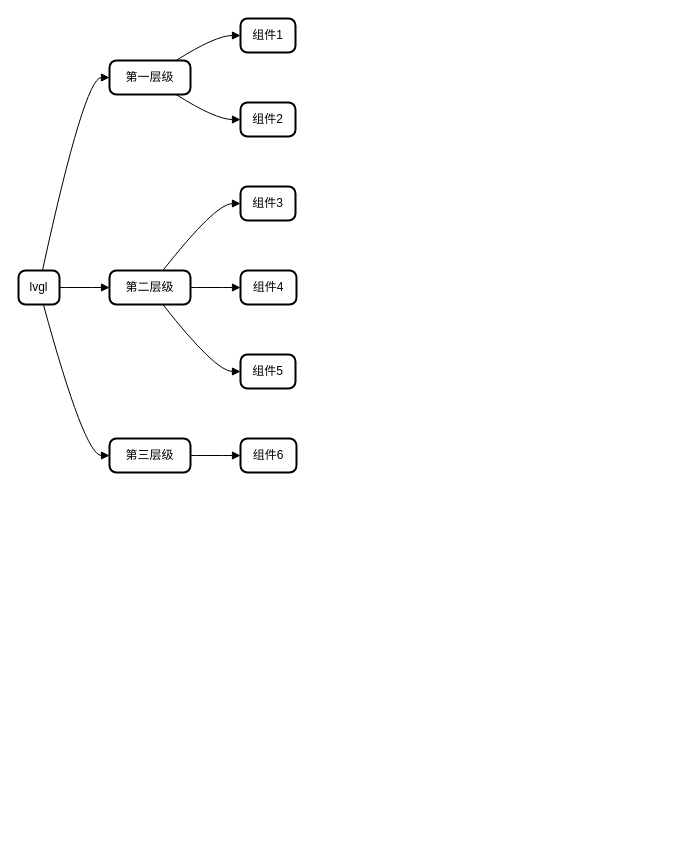
This is 智能电力网关/树形结构.drawio from chen-9824/FlowChart, a draw.io file, before an edit. Source tidied: cells renumbered, new cells numbered last; positions are measured from the earlier drawing's top-left corner, leaving out a move shared by most shapes. Both pictures are drawn from the tidied source at 100%, with x=0, y=0 at pixel (18, 18).
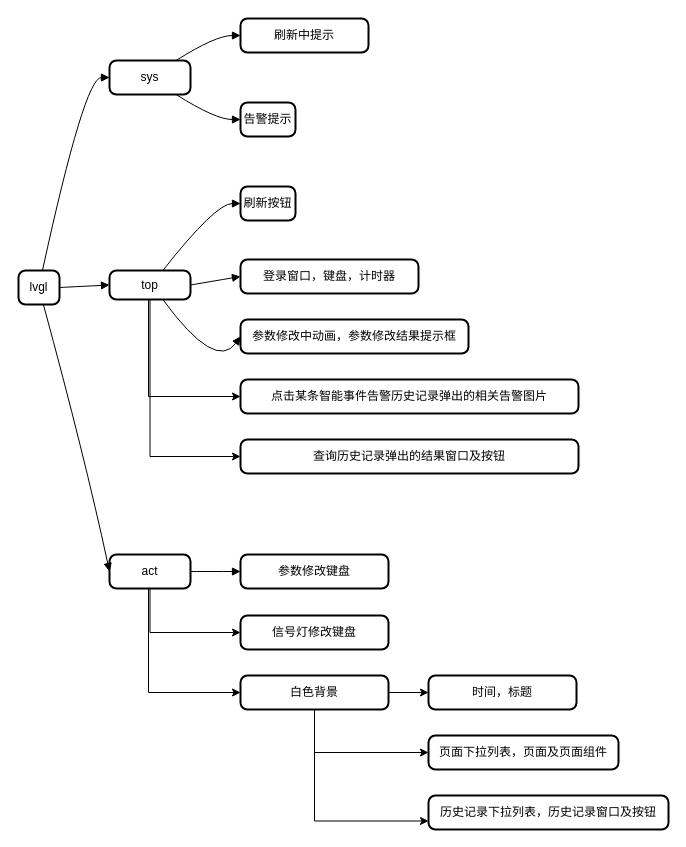
The same page after the edit.

Commit message:
更新树形结构.drawio

The edit, as a diff of the source:
```diff
@@
-    <mxCell id="3" value="第一层级" style="rounded=1;absoluteArcSize=1;arcSize=14;whiteSpace=wrap;strokeWidth=2;" parent="1" vertex="1">
+    <mxCell id="3" value="sys" style="rounded=1;absoluteArcSize=1;arcSize=14;whiteSpace=wrap;strokeWidth=2;" parent="1" vertex="1">
       <mxGeometry x="91" y="42" width="81" height="34" as="geometry" />
     </mxCell>
+    <mxCell id="21" style="edgeStyle=orthogonalEdgeStyle;rounded=0;jettySize=auto;html=1;entryX=0;entryY=0.5;entryDx=0;entryDy=0;" parent="1" edge="1" source="4" target="33">
+      <mxGeometry relative="1" as="geometry">
+        <Array as="points">
+          <mxPoint x="130" y="378" />
+        </Array>
+      </mxGeometry>
+    </mxCell>
+    <mxCell id="22" style="edgeStyle=orthogonalEdgeStyle;rounded=0;jettySize=auto;html=1;entryX=0;entryY=0.5;entryDx=0;entryDy=0;" parent="1" edge="1" source="4" target="34">
+      <mxGeometry relative="1" as="geometry">
+        <Array as="points">
+          <mxPoint x="132" y="438" />
+        </Array>
+      </mxGeometry>
+    </mxCell>
-    <mxCell id="4" value="第二层级" style="rounded=1;absoluteArcSize=1;arcSize=14;whiteSpace=wrap;strokeWidth=2;" parent="1" vertex="1">
-      <mxGeometry x="91" y="252" width="81" height="34" as="geometry" />
+    <mxCell id="4" value="top" style="rounded=1;absoluteArcSize=1;arcSize=14;whiteSpace=wrap;strokeWidth=2;" parent="1" vertex="1">
+      <mxGeometry x="91" y="252" width="81" height="29" as="geometry" />
     </mxCell>
+    <mxCell id="23" style="edgeStyle=orthogonalEdgeStyle;rounded=0;jettySize=auto;html=1;entryX=0;entryY=0.5;entryDx=0;entryDy=0;" parent="1" edge="1" source="5" target="25">
+      <mxGeometry relative="1" as="geometry">
+        <Array as="points">
+          <mxPoint x="132" y="614" />
+        </Array>
+      </mxGeometry>
+    </mxCell>
+    <mxCell id="24" style="edgeStyle=orthogonalEdgeStyle;rounded=0;jettySize=auto;html=1;entryX=0;entryY=0.5;entryDx=0;entryDy=0;" parent="1" edge="1" source="5" target="29">
+      <mxGeometry relative="1" as="geometry">
+        <Array as="points">
+          <mxPoint x="130" y="674" />
+        </Array>
+      </mxGeometry>
+    </mxCell>
-    <mxCell id="5" value="第三层级" style="rounded=1;absoluteArcSize=1;arcSize=14;whiteSpace=wrap;strokeWidth=2;" parent="1" vertex="1">
-      <mxGeometry x="91" y="420" width="81" height="34" as="geometry" />
+    <mxCell id="5" value="act" style="rounded=1;absoluteArcSize=1;arcSize=14;whiteSpace=wrap;strokeWidth=2;" parent="1" vertex="1">
+      <mxGeometry x="91" y="536" width="81" height="34" as="geometry" />
     </mxCell>
-    <mxCell id="6" value="组件1" style="rounded=1;absoluteArcSize=1;arcSize=14;whiteSpace=wrap;strokeWidth=2;" parent="1" vertex="1">
-      <mxGeometry x="222" width="55" height="34" as="geometry" />
+    <mxCell id="6" value="刷新中提示" style="rounded=1;absoluteArcSize=1;arcSize=14;whiteSpace=wrap;strokeWidth=2;" parent="1" vertex="1">
+      <mxGeometry x="222" width="128" height="34" as="geometry" />
     </mxCell>
-    <mxCell id="7" value="组件2" style="rounded=1;absoluteArcSize=1;arcSize=14;whiteSpace=wrap;strokeWidth=2;" parent="1" vertex="1">
+    <mxCell id="7" value="告警提示" style="rounded=1;absoluteArcSize=1;arcSize=14;whiteSpace=wrap;strokeWidth=2;" parent="1" vertex="1">
       <mxGeometry x="222" y="84" width="55" height="34" as="geometry" />
     </mxCell>
-    <mxCell id="8" value="组件3" style="rounded=1;absoluteArcSize=1;arcSize=14;whiteSpace=wrap;strokeWidth=2;" parent="1" vertex="1">
+    <mxCell id="8" value="刷新按钮" style="rounded=1;absoluteArcSize=1;arcSize=14;whiteSpace=wrap;strokeWidth=2;" parent="1" vertex="1">
       <mxGeometry x="222" y="168" width="55" height="34" as="geometry" />
     </mxCell>
-    <mxCell id="9" value="组件4" style="rounded=1;absoluteArcSize=1;arcSize=14;whiteSpace=wrap;strokeWidth=2;" parent="1" vertex="1">
-      <mxGeometry x="222" y="252" width="56" height="34" as="geometry" />
+    <mxCell id="9" value="登录窗口，键盘，计时器" style="rounded=1;absoluteArcSize=1;arcSize=14;whiteSpace=wrap;strokeWidth=2;" parent="1" vertex="1">
+      <mxGeometry x="222" y="241" width="178" height="34" as="geometry" />
     </mxCell>
-    <mxCell id="10" value="组件5" style="rounded=1;absoluteArcSize=1;arcSize=14;whiteSpace=wrap;strokeWidth=2;" parent="1" vertex="1">
-      <mxGeometry x="222" y="336" width="55" height="34" as="geometry" />
+    <mxCell id="10" value="参数修改中动画，参数修改结果提示框" style="rounded=1;absoluteArcSize=1;arcSize=14;whiteSpace=wrap;strokeWidth=2;" parent="1" vertex="1">
+      <mxGeometry x="222" y="301" width="228" height="34" as="geometry" />
     </mxCell>
-    <mxCell id="11" value="组件6" style="rounded=1;absoluteArcSize=1;arcSize=14;whiteSpace=wrap;strokeWidth=2;" parent="1" vertex="1">
-      <mxGeometry x="222" y="420" width="56" height="34" as="geometry" />
+    <mxCell id="11" value="参数修改键盘" style="rounded=1;absoluteArcSize=1;arcSize=14;whiteSpace=wrap;strokeWidth=2;" parent="1" vertex="1">
+      <mxGeometry x="222" y="536" width="148" height="34" as="geometry" />
     </mxCell>
@@
+    <mxCell id="25" value="信号灯修改键盘" style="rounded=1;absoluteArcSize=1;arcSize=14;whiteSpace=wrap;strokeWidth=2;" parent="1" vertex="1">
+      <mxGeometry x="222" y="597" width="148" height="34" as="geometry" />
+    </mxCell>
+    <mxCell id="26" style="edgeStyle=orthogonalEdgeStyle;rounded=0;jettySize=auto;html=1;" parent="1" edge="1" source="29" target="30">
+      <mxGeometry relative="1" as="geometry" />
+    </mxCell>
+    <mxCell id="27" style="edgeStyle=orthogonalEdgeStyle;rounded=0;jettySize=auto;html=1;entryX=0;entryY=0.5;entryDx=0;entryDy=0;" parent="1" edge="1" source="29" target="31">
+      <mxGeometry relative="1" as="geometry">
+        <Array as="points">
+          <mxPoint x="296" y="734" />
+        </Array>
+      </mxGeometry>
+    </mxCell>
+    <mxCell id="28" style="edgeStyle=orthogonalEdgeStyle;rounded=0;jettySize=auto;html=1;entryX=0;entryY=0.75;entryDx=0;entryDy=0;" parent="1" edge="1" source="29" target="32">
+      <mxGeometry relative="1" as="geometry">
+        <Array as="points">
+          <mxPoint x="296" y="803" />
+        </Array>
+      </mxGeometry>
+    </mxCell>
+    <mxCell id="29" value="白色背景" style="rounded=1;absoluteArcSize=1;arcSize=14;whiteSpace=wrap;strokeWidth=2;" parent="1" vertex="1">
+      <mxGeometry x="222" y="657" width="148" height="34" as="geometry" />
+    </mxCell>
+    <mxCell id="30" value="时间，标题" style="rounded=1;absoluteArcSize=1;arcSize=14;whiteSpace=wrap;strokeWidth=2;" parent="1" vertex="1">
+      <mxGeometry x="410" y="657" width="148" height="34" as="geometry" />
+    </mxCell>
+    <mxCell id="31" value="页面下拉列表，页面及页面组件" style="rounded=1;absoluteArcSize=1;arcSize=14;whiteSpace=wrap;strokeWidth=2;" parent="1" vertex="1">
+      <mxGeometry x="410" y="717" width="190" height="34" as="geometry" />
+    </mxCell>
+    <mxCell id="32" value="历史记录下拉列表，历史记录窗口及按钮" style="rounded=1;absoluteArcSize=1;arcSize=14;whiteSpace=wrap;strokeWidth=2;" parent="1" vertex="1">
+      <mxGeometry x="410" y="777" width="240" height="34" as="geometry" />
+    </mxCell>
+    <mxCell id="33" value="点击某条智能事件告警历史记录弹出的相关告警图片" style="rounded=1;absoluteArcSize=1;arcSize=14;whiteSpace=wrap;strokeWidth=2;" parent="1" vertex="1">
+      <mxGeometry x="222" y="361" width="338" height="34" as="geometry" />
+    </mxCell>
+    <mxCell id="34" value="查询历史记录弹出的结果窗口及按钮" style="rounded=1;absoluteArcSize=1;arcSize=14;whiteSpace=wrap;strokeWidth=2;" parent="1" vertex="1">
+      <mxGeometry x="222" y="421" width="338" height="34" as="geometry" />
+    </mxCell>
```
